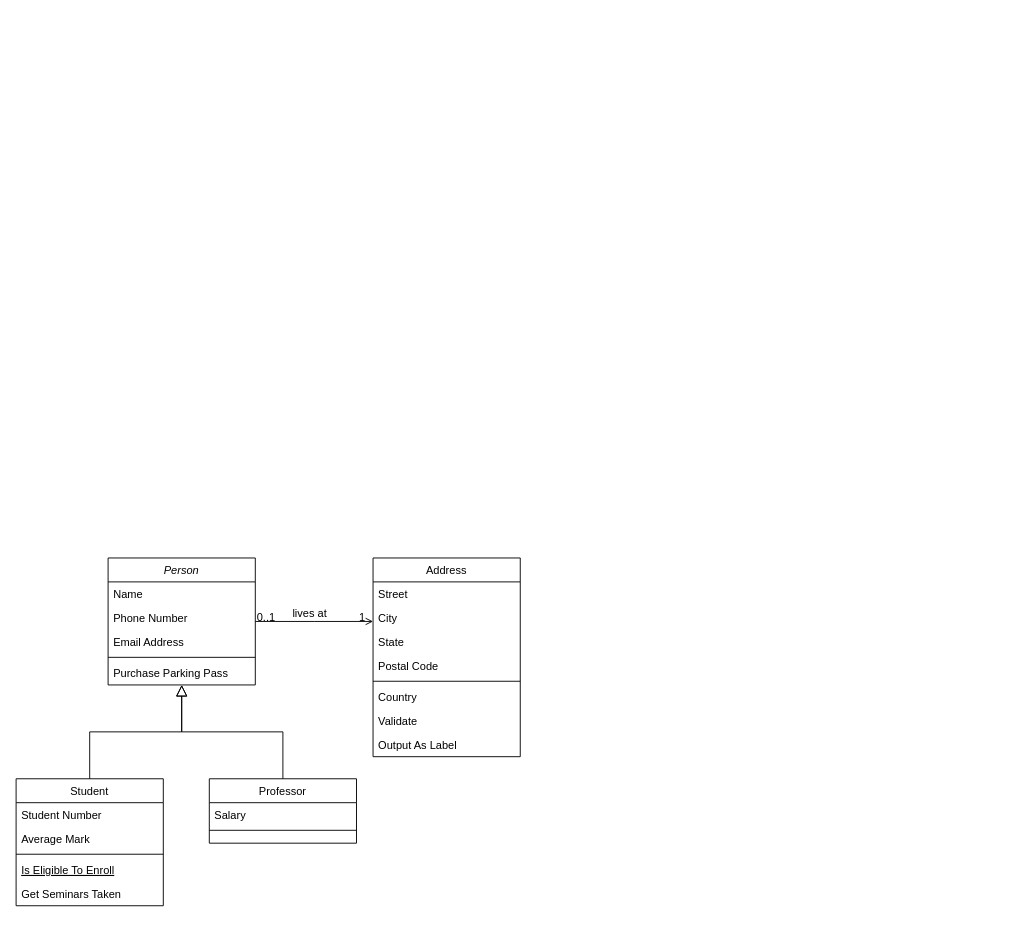
The draw.io diagram NIQ Data Assessment.drawio in DucTran3110/data_warehouse_course, before the edit. Source tidied: cells renumbered, new cells numbered last; positions are measured from the earlier drawing's top-left corner, leaving out a move shared by most shapes. Both pictures are drawn from the tidied source at 92%, with x=0, y=0 at pixel (16, 558).
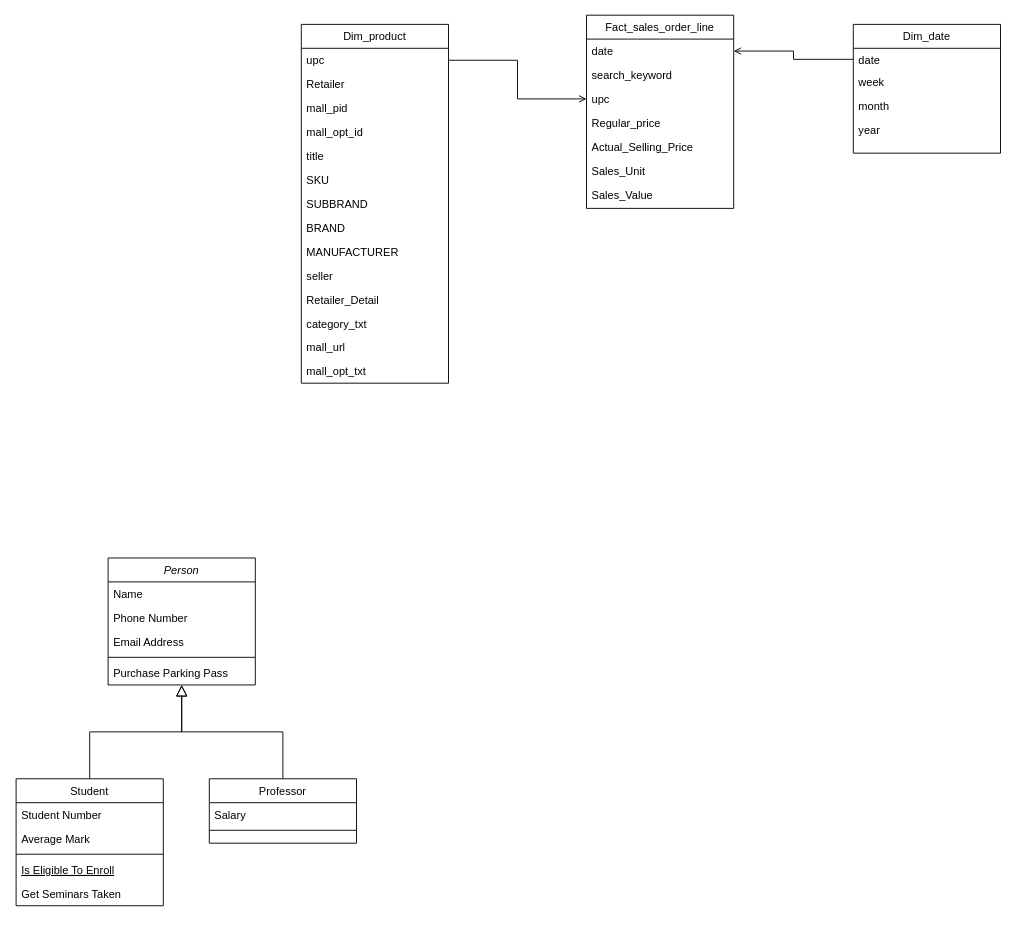
The same diagram, later.

Unchanged cells that the change refers to:
```xml
<mxCell id="2" value="Person" style="swimlane;fontStyle=2;align=center;verticalAlign=top;horizontal=1;startSize=26;rounded=0;shadow=0;strokeWidth=1;" parent="1" vertex="1">
  <mxGeometry x="100" width="160" height="138" as="geometry" />
</mxCell>
```

Change to the diagram source:
```diff
@@
-    <mxCell id="19" value="Address" style="swimlane;fontStyle=0;align=center;verticalAlign=top;horizontal=1;startSize=26;rounded=0;shadow=0;strokeWidth=1;" parent="1" vertex="1">
-      <mxGeometry x="388" width="160" height="216" as="geometry" />
+    <mxCell id="19" value="Fact_sales_order_line" style="swimlane;fontStyle=0;align=center;verticalAlign=top;horizontal=1;startSize=26;rounded=0;shadow=0;strokeWidth=1;" parent="1" vertex="1">
+      <mxGeometry x="620" y="-590" width="160" height="210" as="geometry" />
     </mxCell>
+    <mxCell id="25" value="date" style="text;align=left;verticalAlign=top;spacingLeft=4;spacingRight=4;overflow=hidden;points=[[0,0.5],[1,0.5]];portConstraint=eastwest;rounded=0;shadow=0;html=0;" parent="19" vertex="1">
+      <mxGeometry y="26" width="160" height="26" as="geometry" />
+    </mxCell>
-    <mxCell id="20" value="Street" style="text;align=left;verticalAlign=top;spacingLeft=4;spacingRight=4;overflow=hidden;" parent="19" vertex="1">
-      <mxGeometry y="26" width="160" height="26" as="geometry" />
+    <mxCell id="20" value="search_keyword" style="text;align=left;verticalAlign=top;spacingLeft=4;spacingRight=4;overflow=hidden;" parent="19" vertex="1">
+      <mxGeometry y="52" width="160" height="26" as="geometry" />
     </mxCell>
-    <mxCell id="21" value="City" style="text;align=left;verticalAlign=top;spacingLeft=4;spacingRight=4;overflow=hidden;rounded=0;shadow=0;html=0;" parent="19" vertex="1">
-      <mxGeometry y="52" width="160" height="26" as="geometry" />
-    </mxCell>
-    <mxCell id="22" value="State" style="text;align=left;verticalAlign=top;spacingLeft=4;spacingRight=4;overflow=hidden;rounded=0;shadow=0;html=0;" parent="19" vertex="1">
-      <mxGeometry y="78" width="160" height="26" as="geometry" />
-    </mxCell>
-    <mxCell id="23" value="Postal Code" style="text;align=left;verticalAlign=top;spacingLeft=4;spacingRight=4;overflow=hidden;rounded=0;shadow=0;html=0;" parent="19" vertex="1">
-      <mxGeometry y="104" width="160" height="26" as="geometry" />
-    </mxCell>
-    <mxCell id="24" style="line;html=1;strokeWidth=1;align=left;verticalAlign=middle;spacingTop=-1;spacingLeft=3;spacingRight=3;labelPosition=right;" parent="19" vertex="1">
-      <mxGeometry y="130" width="160" height="8" as="geometry" />
-    </mxCell>
-    <mxCell id="25" value="Country" style="text;align=left;verticalAlign=top;spacingLeft=4;spacingRight=4;overflow=hidden;points=[[0,0.5],[1,0.5]];portConstraint=eastwest;rounded=0;shadow=0;html=0;" parent="19" vertex="1">
-      <mxGeometry y="138" width="160" height="26" as="geometry" />
-    </mxCell>
+    <mxCell id="32" value="upc" style="text;align=left;verticalAlign=top;spacingLeft=4;spacingRight=4;overflow=hidden;points=[[0,0.5],[1,0.5]];portConstraint=eastwest;" parent="19" vertex="1">
+      <mxGeometry y="78" width="160" height="26" as="geometry" />
+    </mxCell>
+    <mxCell id="33" value="Regular_price" style="text;align=left;verticalAlign=top;spacingLeft=4;spacingRight=4;overflow=hidden;" parent="19" vertex="1">
+      <mxGeometry y="104" width="160" height="26" as="geometry" />
+    </mxCell>
+    <mxCell id="34" value="Actual_Selling_Price" style="text;align=left;verticalAlign=top;spacingLeft=4;spacingRight=4;overflow=hidden;" parent="19" vertex="1">
+      <mxGeometry y="130" width="160" height="26" as="geometry" />
+    </mxCell>
+    <mxCell id="35" value="Sales_Unit" style="text;align=left;verticalAlign=top;spacingLeft=4;spacingRight=4;overflow=hidden;" parent="19" vertex="1">
+      <mxGeometry y="156" width="160" height="26" as="geometry" />
+    </mxCell>
+    <mxCell id="36" value="Sales_Value" style="text;align=left;verticalAlign=top;spacingLeft=4;spacingRight=4;overflow=hidden;" parent="19" vertex="1">
+      <mxGeometry y="182" width="160" height="26" as="geometry" />
+    </mxCell>
+    <mxCell id="28" style="endArrow=open;shadow=0;strokeWidth=1;rounded=0;endFill=1;edgeStyle=elbowEdgeStyle;exitX=1;exitY=0.5;exitDx=0;exitDy=0;entryX=0;entryY=0.5;entryDx=0;entryDy=0;" parent="1" edge="1" source="43" target="32">
+      <mxGeometry x="0.5" y="41" relative="1" as="geometry">
+        <mxPoint x="-40" y="32" as="offset" />
+      </mxGeometry>
+    </mxCell>
+    <mxCell id="37" value="Dim_date" style="swimlane;fontStyle=0;align=center;verticalAlign=top;horizontal=1;startSize=26;rounded=0;shadow=0;strokeWidth=1;" parent="1" vertex="1">
+      <mxGeometry x="910" y="-580" width="160" height="140" as="geometry" />
+    </mxCell>
+    <mxCell id="38" value="date" style="text;align=left;verticalAlign=top;spacingLeft=4;spacingRight=4;overflow=hidden;points=[[0,0.5],[1,0.5]];portConstraint=eastwest;" parent="37" vertex="1">
+      <mxGeometry y="26" width="160" height="24" as="geometry" />
+    </mxCell>
+    <mxCell id="39" value="week" style="text;align=left;verticalAlign=top;spacingLeft=4;spacingRight=4;overflow=hidden;rounded=0;shadow=0;html=0;" parent="37" vertex="1">
+      <mxGeometry y="50" width="160" height="26" as="geometry" />
+    </mxCell>
+    <mxCell id="40" value="month" style="text;align=left;verticalAlign=top;spacingLeft=4;spacingRight=4;overflow=hidden;rounded=0;shadow=0;html=0;" parent="37" vertex="1">
+      <mxGeometry y="76" width="160" height="26" as="geometry" />
+    </mxCell>
+    <mxCell id="41" value="year" style="text;align=left;verticalAlign=top;spacingLeft=4;spacingRight=4;overflow=hidden;rounded=0;shadow=0;html=0;" parent="37" vertex="1">
+      <mxGeometry y="102" width="160" height="28" as="geometry" />
+    </mxCell>
+    <mxCell id="42" value="Dim_product" style="swimlane;fontStyle=0;align=center;verticalAlign=top;horizontal=1;startSize=26;rounded=0;shadow=0;strokeWidth=1;" parent="1" vertex="1">
+      <mxGeometry x="310" y="-580" width="160" height="390" as="geometry" />
+    </mxCell>
+    <mxCell id="43" value="upc" style="text;align=left;verticalAlign=top;spacingLeft=4;spacingRight=4;overflow=hidden;points=[[0,0.5],[1,0.5]];portConstraint=eastwest;" parent="42" vertex="1">
+      <mxGeometry y="26" width="160" height="26" as="geometry" />
+    </mxCell>
-    <mxCell id="26" value="Validate" style="text;align=left;verticalAlign=top;spacingLeft=4;spacingRight=4;overflow=hidden;" parent="19" vertex="1">
-      <mxGeometry y="164" width="160" height="26" as="geometry" />
+    <mxCell id="26" value="Retailer" style="text;align=left;verticalAlign=top;spacingLeft=4;spacingRight=4;overflow=hidden;" parent="42" vertex="1">
+      <mxGeometry y="52" width="160" height="26" as="geometry" />
     </mxCell>
-    <mxCell id="27" value="Output As Label" style="text;align=left;verticalAlign=top;spacingLeft=4;spacingRight=4;overflow=hidden;" parent="19" vertex="1">
-      <mxGeometry y="190" width="160" height="26" as="geometry" />
+    <mxCell id="27" value="mall_pid" style="text;align=left;verticalAlign=top;spacingLeft=4;spacingRight=4;overflow=hidden;" parent="42" vertex="1">
+      <mxGeometry y="78" width="160" height="26" as="geometry" />
     </mxCell>
-    <mxCell id="28" style="endArrow=open;shadow=0;strokeWidth=1;rounded=0;endFill=1;edgeStyle=elbowEdgeStyle;elbow=vertical;" parent="1" edge="1" source="2" target="19">
-      <mxGeometry x="0.5" y="41" relative="1" as="geometry">
-        <mxPoint x="-40" y="32" as="offset" />
-      </mxGeometry>
-    </mxCell>
-    <mxCell id="29" value="0..1" style="align=left;verticalAlign=bottom;labelBackgroundColor=none;fontSize=12;" parent="28" vertex="1">
-      <mxGeometry x="-1" relative="1" as="geometry">
-        <mxPoint y="4" as="offset" />
-      </mxGeometry>
-    </mxCell>
-    <mxCell id="30" value="1" style="align=right;verticalAlign=bottom;labelBackgroundColor=none;fontSize=12;" parent="28" vertex="1">
-      <mxGeometry x="1" relative="1" as="geometry">
-        <mxPoint x="-7" y="4" as="offset" />
-      </mxGeometry>
-    </mxCell>
-    <mxCell id="31" value="lives at" style="text;html=1;align=center;verticalAlign=middle;labelBackgroundColor=none;rounded=0;shadow=0;strokeWidth=1;fontSize=12;" parent="28" vertex="1">
-      <mxGeometry x="0.5" y="49" relative="1" as="geometry">
-        <mxPoint x="-38" y="40" as="offset" />
-      </mxGeometry>
-    </mxCell>
+    <mxCell id="44" value="mall_opt_id" style="text;align=left;verticalAlign=top;spacingLeft=4;spacingRight=4;overflow=hidden;" parent="42" vertex="1">
+      <mxGeometry y="104" width="160" height="26" as="geometry" />
+    </mxCell>
+    <mxCell id="45" value="title" style="text;align=left;verticalAlign=top;spacingLeft=4;spacingRight=4;overflow=hidden;" parent="42" vertex="1">
+      <mxGeometry y="130" width="160" height="26" as="geometry" />
+    </mxCell>
+    <mxCell id="46" value="SKU" style="text;align=left;verticalAlign=top;spacingLeft=4;spacingRight=4;overflow=hidden;" parent="42" vertex="1">
+      <mxGeometry y="156" width="160" height="26" as="geometry" />
+    </mxCell>
+    <mxCell id="47" value="SUBBRAND" style="text;align=left;verticalAlign=top;spacingLeft=4;spacingRight=4;overflow=hidden;" parent="42" vertex="1">
+      <mxGeometry y="182" width="160" height="26" as="geometry" />
+    </mxCell>
+    <mxCell id="48" value="BRAND" style="text;align=left;verticalAlign=top;spacingLeft=4;spacingRight=4;overflow=hidden;" parent="42" vertex="1">
+      <mxGeometry y="208" width="160" height="26" as="geometry" />
+    </mxCell>
+    <mxCell id="49" value="MANUFACTURER" style="text;align=left;verticalAlign=top;spacingLeft=4;spacingRight=4;overflow=hidden;" parent="42" vertex="1">
+      <mxGeometry y="234" width="160" height="26" as="geometry" />
+    </mxCell>
+    <mxCell id="50" value="seller" style="text;align=left;verticalAlign=top;spacingLeft=4;spacingRight=4;overflow=hidden;" parent="42" vertex="1">
+      <mxGeometry y="260" width="160" height="26" as="geometry" />
+    </mxCell>
+    <mxCell id="51" value="Retailer_Detail" style="text;align=left;verticalAlign=top;spacingLeft=4;spacingRight=4;overflow=hidden;" parent="42" vertex="1">
+      <mxGeometry y="286" width="160" height="26" as="geometry" />
+    </mxCell>
+    <mxCell id="52" value="category_txt" style="text;align=left;verticalAlign=top;spacingLeft=4;spacingRight=4;overflow=hidden;" parent="42" vertex="1">
+      <mxGeometry y="312" width="160" height="26" as="geometry" />
+    </mxCell>
+    <mxCell id="53" value="mall_url" style="text;align=left;verticalAlign=top;spacingLeft=4;spacingRight=4;overflow=hidden;" parent="42" vertex="1">
+      <mxGeometry y="338" width="160" height="26" as="geometry" />
+    </mxCell>
+    <mxCell id="54" value="mall_opt_txt" style="text;align=left;verticalAlign=top;spacingLeft=4;spacingRight=4;overflow=hidden;" parent="42" vertex="1">
+      <mxGeometry y="364" width="160" height="26" as="geometry" />
+    </mxCell>
+    <mxCell id="55" style="endArrow=open;shadow=0;strokeWidth=1;rounded=0;endFill=1;edgeStyle=elbowEdgeStyle;exitX=0;exitY=0.5;exitDx=0;exitDy=0;entryX=1;entryY=0.5;entryDx=0;entryDy=0;" parent="1" edge="1" source="38" target="25">
+      <mxGeometry x="0.5" y="41" relative="1" as="geometry">
+        <mxPoint x="-40" y="32" as="offset" />
+      </mxGeometry>
+    </mxCell>
```
